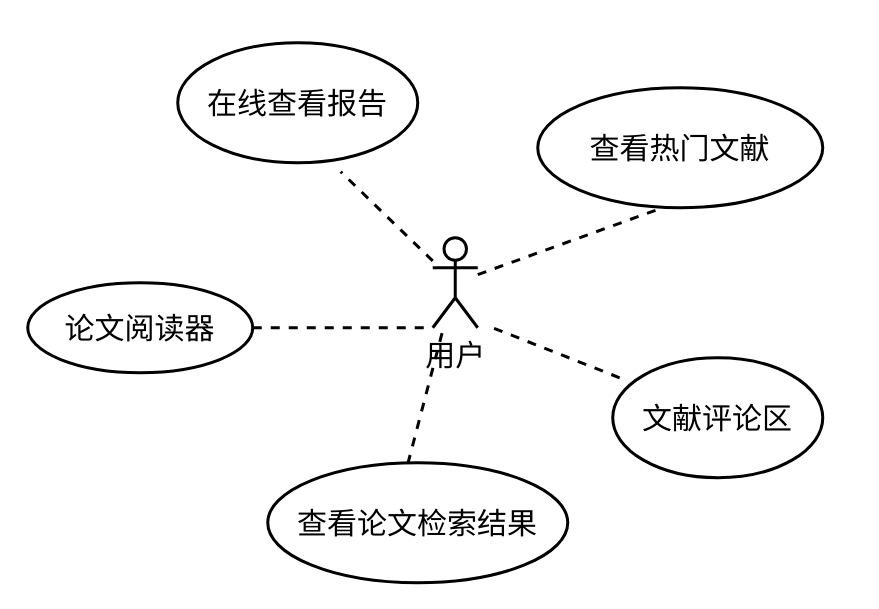
jongsh/drawio keeps this draw.io diagram as 2024-BUAA-SE/需求规格书/成果展示模块-用例图.drawio. Above is the earlier version. Source tidied: cells renumbered, new cells numbered last; positions are measured from the earlier drawing's top-left corner, leaving out a move shared by most shapes. Both pictures are drawn from the tidied source at 150%, with x=0, y=0 at pixel (27, 42).
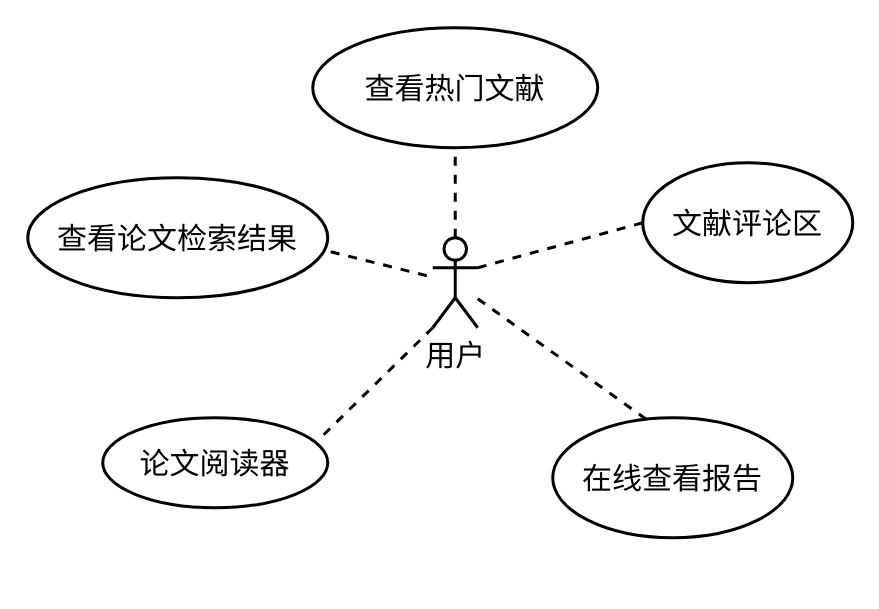
Above is the later version.

Commit message (it also covers changes not shown here):
更新成果展示模块-用例图.drawio

The edit, as a diff of the source:
```diff
@@
 <mxGraphModel>
   <root>
     <mxCell id="0" />
     <mxCell id="1" parent="0" />
     <mxCell id="2" value="用户" style="shape=umlActor;verticalLabelPosition=bottom;verticalAlign=top;html=1;outlineConnect=0;strokeWidth=2;fontSize=20;" parent="1" vertex="1">
       <mxGeometry x="270" y="130" width="30" height="60" as="geometry" />
     </mxCell>
     <mxCell id="3" value="查看热门文献" style="ellipse;whiteSpace=wrap;html=1;strokeWidth=2;fontSize=20;" parent="1" vertex="1">
-      <mxGeometry x="340" y="30" width="190" height="80" as="geometry" />
+      <mxGeometry x="190" y="-10" width="190" height="80" as="geometry" />
     </mxCell>
     <mxCell id="4" value="文献评论区" style="ellipse;whiteSpace=wrap;html=1;strokeWidth=2;fontSize=20;" parent="1" vertex="1">
-      <mxGeometry x="390" y="210" width="140" height="80" as="geometry" />
+      <mxGeometry x="410" y="80" width="140" height="80" as="geometry" />
     </mxCell>
     <mxCell id="5" value="查看论文检索结果" style="ellipse;whiteSpace=wrap;html=1;strokeWidth=2;fontSize=20;" parent="1" vertex="1">
-      <mxGeometry x="160" y="280" width="200" height="80" as="geometry" />
+      <mxGeometry y="90" width="200" height="80" as="geometry" />
     </mxCell>
     <mxCell id="6" value="论文阅读器" style="ellipse;whiteSpace=wrap;html=1;strokeWidth=2;fontSize=20;" parent="1" vertex="1">
-      <mxGeometry y="160" width="150" height="60" as="geometry" />
+      <mxGeometry x="50" y="250" width="150" height="60" as="geometry" />
     </mxCell>
     <mxCell id="7" value="在线查看报告" style="ellipse;whiteSpace=wrap;html=1;strokeWidth=2;fontSize=20;" parent="1" vertex="1">
-      <mxGeometry x="100" width="160" height="80" as="geometry" />
+      <mxGeometry x="350" y="250" width="160" height="80" as="geometry" />
     </mxCell>
-    <mxCell id="8" style="endArrow=none;dashed=1;html=1;rounded=0;entryX=0.679;entryY=1.075;entryDx=0;entryDy=0;entryPerimeter=0;fontSize=20;strokeWidth=2;" parent="1" edge="1" source="2" target="7">
+    <mxCell id="8" style="endArrow=none;dashed=1;html=1;rounded=0;entryX=0.404;entryY=0.033;entryDx=0;entryDy=0;entryPerimeter=0;fontSize=20;strokeWidth=2;" parent="1" edge="1" source="2" target="7">
       <mxGeometry relative="1" as="geometry" />
     </mxCell>
-    <mxCell id="9" style="endArrow=none;dashed=1;html=1;rounded=0;entryX=0.418;entryY=1.017;entryDx=0;entryDy=0;entryPerimeter=0;fontSize=20;strokeWidth=2;" parent="1" edge="1" source="2" target="3">
+    <mxCell id="9" style="endArrow=none;dashed=1;html=1;rounded=0;entryX=0.5;entryY=1;entryDx=0;entryDy=0;fontSize=20;strokeWidth=2;" parent="1" edge="1" source="2" target="3">
       <mxGeometry relative="1" as="geometry" />
     </mxCell>
-    <mxCell id="10" style="endArrow=none;dashed=1;html=1;rounded=0;entryX=0;entryY=1;entryDx=0;entryDy=0;entryPerimeter=0;exitX=1;exitY=0.5;exitDx=0;exitDy=0;fontSize=20;strokeWidth=2;" parent="1" edge="1" source="6" target="2">
+    <mxCell id="10" style="endArrow=none;dashed=1;html=1;rounded=0;entryX=0;entryY=1;entryDx=0;entryDy=0;entryPerimeter=0;exitX=0.982;exitY=0.189;exitDx=0;exitDy=0;fontSize=20;strokeWidth=2;exitPerimeter=0;" parent="1" edge="1" source="6" target="2">
       <mxGeometry relative="1" as="geometry" />
     </mxCell>
-    <mxCell id="11" style="endArrow=none;dashed=1;html=1;rounded=0;exitX=0.033;exitY=0.167;exitDx=0;exitDy=0;exitPerimeter=0;entryX=1.333;entryY=1;entryDx=0;entryDy=0;entryPerimeter=0;fontSize=20;strokeWidth=2;" parent="1" edge="1" source="4" target="2">
+    <mxCell id="11" style="endArrow=none;dashed=1;html=1;rounded=0;exitX=0;exitY=0.5;exitDx=0;exitDy=0;entryX=1;entryY=0.3333333333333333;entryDx=0;entryDy=0;entryPerimeter=0;fontSize=20;strokeWidth=2;" parent="1" edge="1" source="4" target="2">
       <mxGeometry relative="1" as="geometry" />
     </mxCell>
-    <mxCell id="12" style="endArrow=none;dashed=1;html=1;rounded=0;exitX=0.467;exitY=0.008;exitDx=0;exitDy=0;exitPerimeter=0;fontSize=20;strokeWidth=2;" parent="1" edge="1" source="5" target="2">
+    <mxCell id="12" style="endArrow=none;dashed=1;html=1;rounded=0;exitX=1.01;exitY=0.617;exitDx=0;exitDy=0;exitPerimeter=0;fontSize=20;strokeWidth=2;" parent="1" edge="1" source="5" target="2">
       <mxGeometry relative="1" as="geometry" />
     </mxCell>
   </root>
 </mxGraphModel>
```
